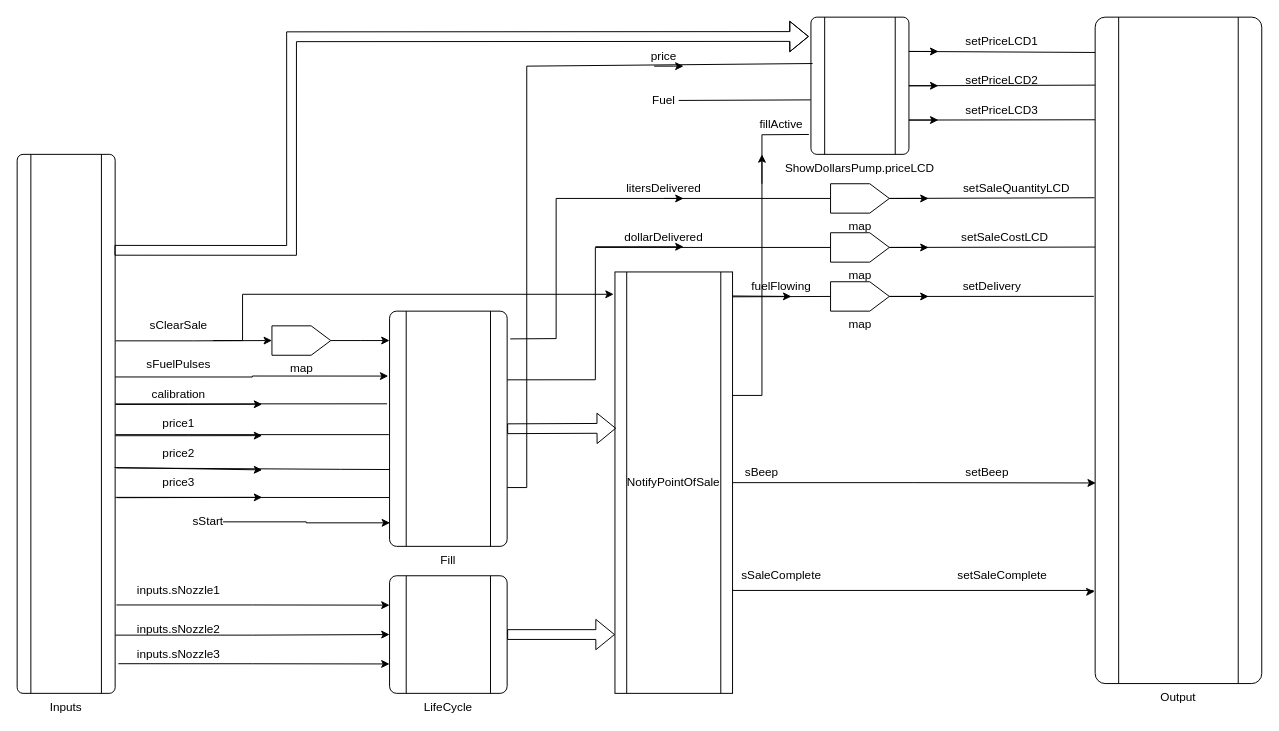
This is ClearSalePump.drawio from suzuki-taro-29/FRP-chap4-diagrams, a draw.io file, before an edit. Source tidied: cells renumbered, new cells numbered last; positions are measured from the earlier drawing's top-left corner, leaving out a move shared by most shapes. Both pictures are drawn from the tidied source at 98%, with x=0, y=0 at pixel (17, 17).
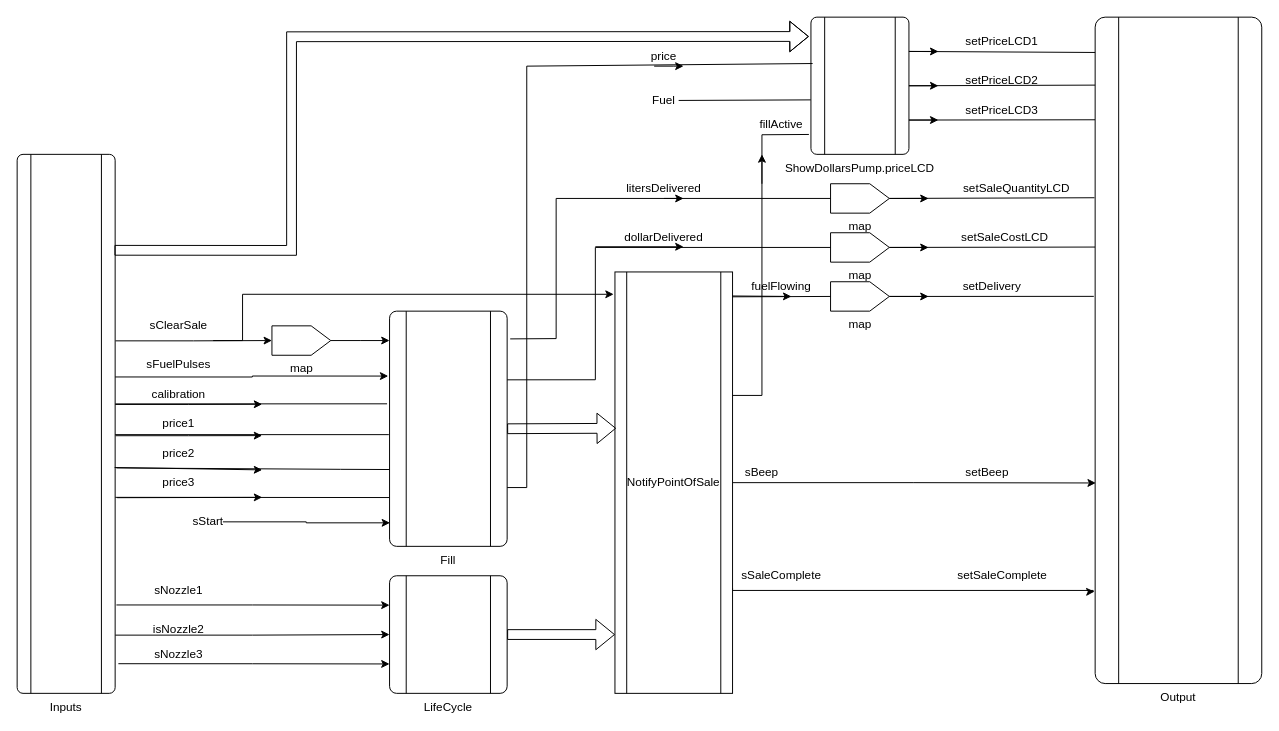
After the change.

Commit message:
ClearSalePump.drawio を更新します

What changed in the source:
```diff
@@
-    <mxCell id="28" value="inputs.sNozzle1" style="text;html=1;align=center;verticalAlign=middle;whiteSpace=wrap;rounded=0;" parent="1" vertex="1">
+    <mxCell id="28" value="sNozzle1" style="text;html=1;align=center;verticalAlign=middle;whiteSpace=wrap;rounded=0;" parent="1" vertex="1">
       <mxGeometry x="120" y="570" width="90" height="30" as="geometry" />
     </mxCell>
@@
-    <mxCell id="30" value="inputs.sNozzle2" style="text;html=1;align=center;verticalAlign=middle;whiteSpace=wrap;rounded=0;" parent="1" vertex="1">
+    <mxCell id="30" value="isNozzle2" style="text;html=1;align=center;verticalAlign=middle;whiteSpace=wrap;rounded=0;" parent="1" vertex="1">
       <mxGeometry x="120" y="610" width="90" height="30" as="geometry" />
     </mxCell>
@@
-    <mxCell id="32" value="inputs.sNozzle3" style="text;html=1;align=center;verticalAlign=middle;whiteSpace=wrap;rounded=0;" parent="1" vertex="1">
+    <mxCell id="32" value="sNozzle3" style="text;html=1;align=center;verticalAlign=middle;whiteSpace=wrap;rounded=0;" parent="1" vertex="1">
       <mxGeometry x="120" y="635" width="90" height="30" as="geometry" />
     </mxCell>
```
